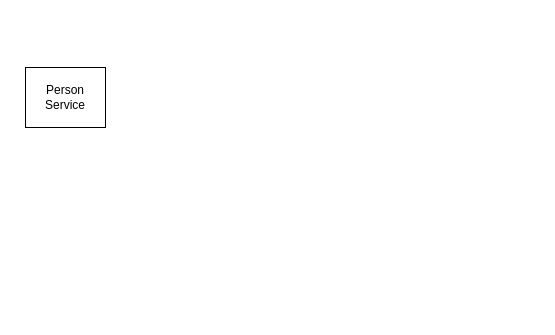
Earlier version of the draw.io diagram Untitled Diagram.drawio (logarithm1/ZTest). Source tidied: cells renumbered, new cells numbered last; positions are measured from the earlier drawing's top-left corner, leaving out a move shared by most shapes. Both pictures are drawn from the tidied source at 100%, with x=0, y=0 at pixel (25, 67).
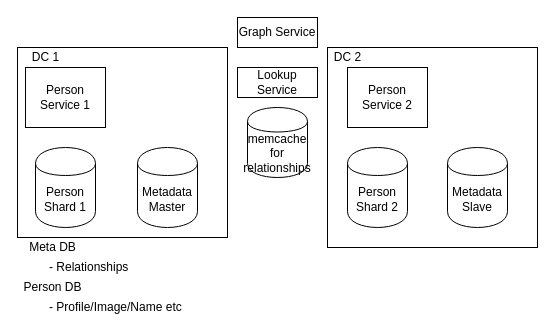
The same diagram, later.

Diff of the diagram source:
```diff
@@
 <mxGraphModel>
   <root>
     <mxCell id="0" />
     <mxCell id="1" parent="0" />
+    <mxCell id="3" style="rounded=0;whiteSpace=wrap;html=1;" parent="1" vertex="1">
+      <mxGeometry x="-8" y="-20" width="210" height="190" as="geometry" />
+    </mxCell>
-    <mxCell id="2" value="Person Service" style="rounded=0;whiteSpace=wrap;html=1;" parent="1" vertex="1">
+    <mxCell id="2" value="Person Service 1" style="rounded=0;whiteSpace=wrap;html=1;" parent="1" vertex="1">
       <mxGeometry width="80" height="60" as="geometry" />
     </mxCell>
+    <mxCell id="4" value="Person Shard 1" style="shape=cylinder;whiteSpace=wrap;html=1;boundedLbl=1;backgroundOutline=1;" parent="1" vertex="1">
+      <mxGeometry x="10" y="80" width="60" height="80" as="geometry" />
+    </mxCell>
+    <mxCell id="5" value="DC 1" style="text;html=1;align=center;verticalAlign=middle;" parent="1" vertex="1">
+      <mxGeometry y="-20" width="40" height="20" as="geometry" />
+    </mxCell>
+    <mxCell id="6" value="Metadata Master" style="shape=cylinder;whiteSpace=wrap;html=1;boundedLbl=1;backgroundOutline=1;" parent="1" vertex="1">
+      <mxGeometry x="112" y="80" width="60" height="80" as="geometry" />
+    </mxCell>
+    <mxCell id="7" style="rounded=0;whiteSpace=wrap;html=1;" parent="1" vertex="1">
+      <mxGeometry x="302" y="-20" width="210" height="200" as="geometry" />
+    </mxCell>
+    <mxCell id="8" value="Person Service 2" style="rounded=0;whiteSpace=wrap;html=1;" parent="1" vertex="1">
+      <mxGeometry x="322" width="80" height="60" as="geometry" />
+    </mxCell>
+    <mxCell id="9" value="Person Shard 2" style="shape=cylinder;whiteSpace=wrap;html=1;boundedLbl=1;backgroundOutline=1;" parent="1" vertex="1">
+      <mxGeometry x="322" y="80" width="60" height="80" as="geometry" />
+    </mxCell>
+    <mxCell id="10" value="DC 2" style="text;html=1;align=center;verticalAlign=middle;" parent="1" vertex="1">
+      <mxGeometry x="302" y="-20" width="40" height="20" as="geometry" />
+    </mxCell>
+    <mxCell id="11" value="Metadata Slave" style="shape=cylinder;whiteSpace=wrap;html=1;boundedLbl=1;backgroundOutline=1;" parent="1" vertex="1">
+      <mxGeometry x="422" y="80" width="60" height="80" as="geometry" />
+    </mxCell>
+    <mxCell id="12" value="Meta DB" style="text;html=1;align=center;verticalAlign=middle;" parent="1" vertex="1">
+      <mxGeometry x="-3" y="170" width="60" height="20" as="geometry" />
+    </mxCell>
+    <mxCell id="13" value="- Relationships&lt;br&gt;" style="text;html=1;align=left;verticalAlign=middle;" parent="1" vertex="1">
+      <mxGeometry x="22" y="190" width="90" height="20" as="geometry" />
+    </mxCell>
+    <mxCell id="14" value="Person DB" style="text;html=1;align=center;verticalAlign=middle;" parent="1" vertex="1">
+      <mxGeometry x="-8" y="210" width="70" height="20" as="geometry" />
+    </mxCell>
+    <mxCell id="15" value="- Profile/Image/Name etc" style="text;html=1;align=left;verticalAlign=middle;" parent="1" vertex="1">
+      <mxGeometry x="22" y="230" width="150" height="20" as="geometry" />
+    </mxCell>
+    <mxCell id="16" style="edgeStyle=orthogonalEdgeStyle;rounded=0;orthogonalLoop=1;jettySize=auto;html=1;exitX=0.5;exitY=1;exitDx=0;exitDy=0;" parent="1" edge="1" source="3" target="3">
+      <mxGeometry relative="1" as="geometry" />
+    </mxCell>
+    <mxCell id="17" value="memcache&lt;br&gt;for relationships" style="shape=cylinder;whiteSpace=wrap;html=1;boundedLbl=1;backgroundOutline=1;" parent="1" vertex="1">
+      <mxGeometry x="222" y="40" width="60" height="70" as="geometry" />
+    </mxCell>
+    <mxCell id="18" value="Graph Service" style="rounded=0;whiteSpace=wrap;html=1;" parent="1" vertex="1">
+      <mxGeometry x="212" y="-50" width="80" height="30" as="geometry" />
+    </mxCell>
+    <mxCell id="19" value="Lookup Service" style="rounded=0;whiteSpace=wrap;html=1;" parent="1" vertex="1">
+      <mxGeometry x="212" width="80" height="30" as="geometry" />
+    </mxCell>
   </root>
 </mxGraphModel>
```
